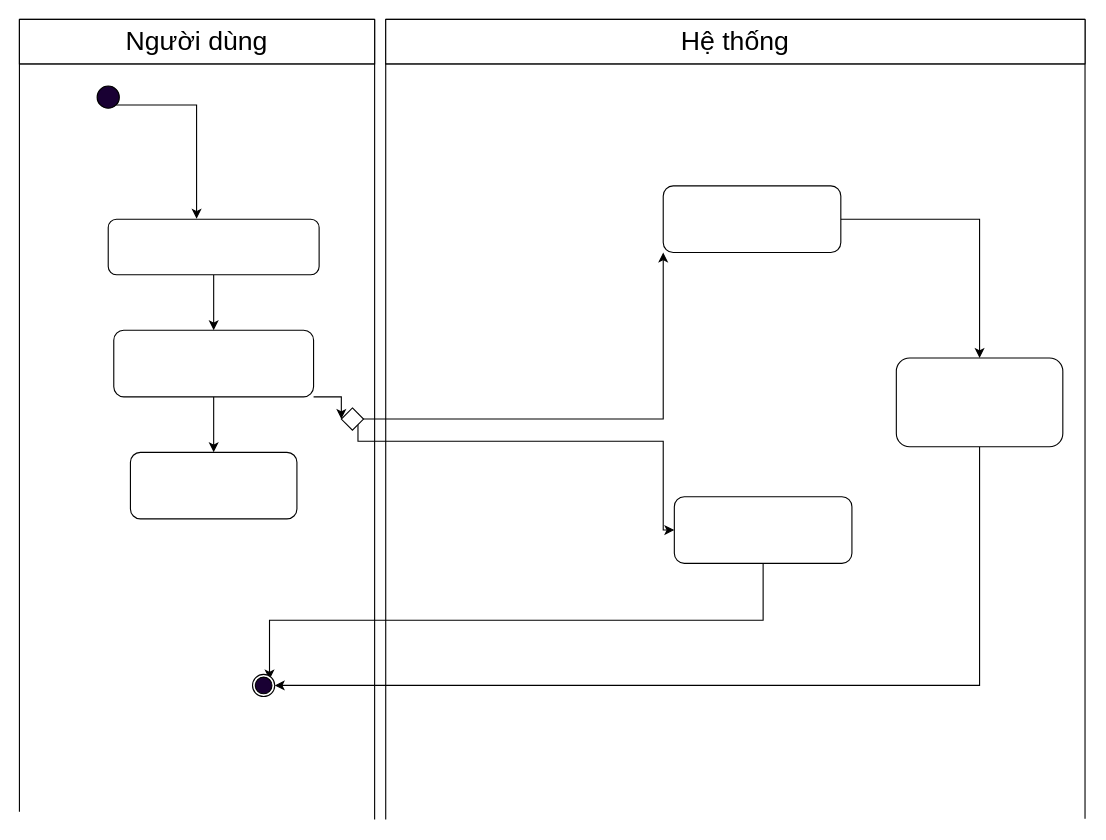
Above: Biểu đồ không có tiêu đề.drawio in tqminhchan/bmi_calculator (draw.io), before the change. Source tidied: cells renumbered, new cells numbered last; positions are measured from the earlier drawing's top-left corner, leaving out a move shared by most shapes. Both pictures are drawn from the tidied source at 111%, with x=0, y=0 at pixel (19, 19).
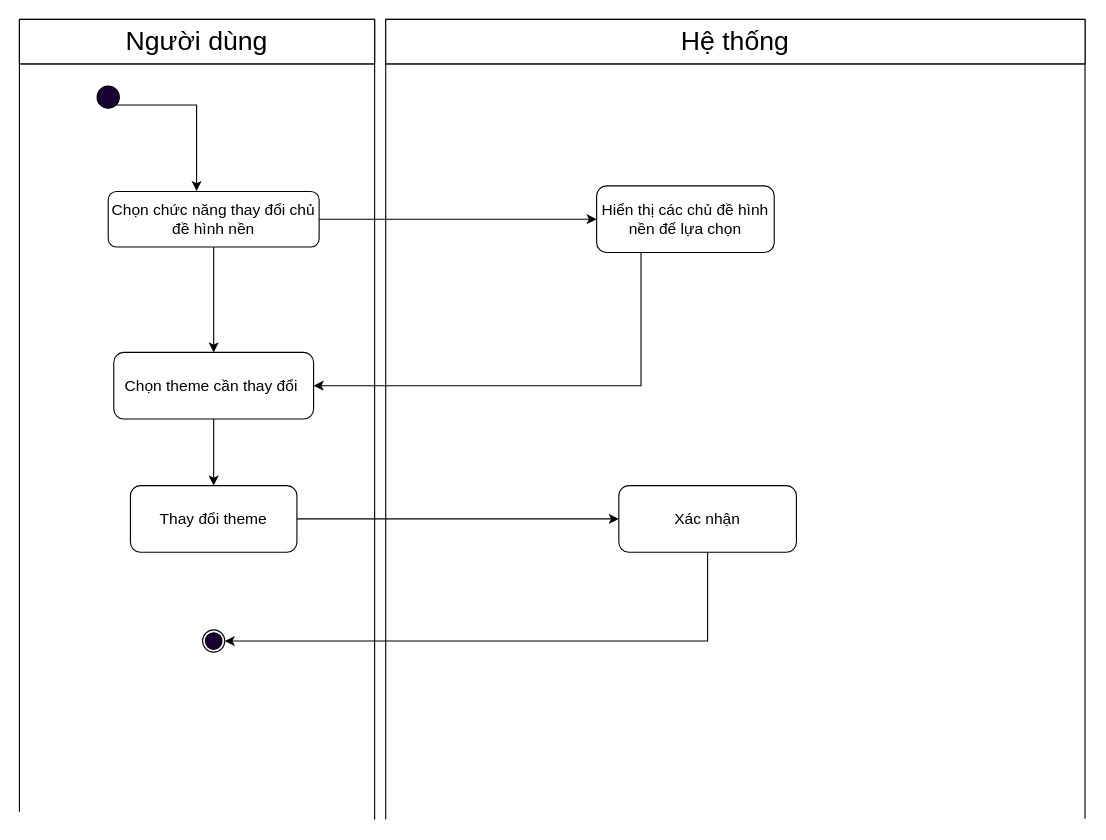
After the change.

Commit message:
Cập nhật Biểu đồ không có tiêu đề.drawio

What changed in the source:
```diff
@@
+    <mxCell id="31" style="edgeStyle=orthogonalEdgeStyle;rounded=0;jettySize=auto;html=1;exitX=1;exitY=0.5;exitDx=0;exitDy=0;" parent="1" edge="1" source="11" target="20">
+      <mxGeometry relative="1" as="geometry" />
+    </mxCell>
-    <mxCell id="11" style="rounded=1;whiteSpace=wrap;html=1;" parent="1" vertex="1">
-      <mxGeometry x="80" y="180" width="190" height="50" as="geometry" />
+    <mxCell id="11" value="&lt;font style=&quot;font-size: 14px;&quot;&gt;Chọn chức năng thay đổi chủ đề hình nền&lt;/font&gt;" style="rounded=1;whiteSpace=wrap;html=1;" parent="1" vertex="1">
+      <mxGeometry x="80" y="155" width="190" height="50" as="geometry" />
     </mxCell>
@@
-    <mxCell id="17" style="edgeStyle=orthogonalEdgeStyle;rounded=0;jettySize=auto;html=1;exitX=1;exitY=1;exitDx=0;exitDy=0;entryX=0;entryY=0.5;entryDx=0;entryDy=0;" parent="1" edge="1" source="18" target="28">
-      <mxGeometry relative="1" as="geometry" />
-    </mxCell>
-    <mxCell id="18" style="rounded=1;whiteSpace=wrap;html=1;" parent="1" vertex="1">
-      <mxGeometry x="85" y="280" width="180" height="60" as="geometry" />
+    <mxCell id="18" value="&lt;font style=&quot;font-size: 14px;&quot;&gt;Chọn theme cần thay đổi&amp;nbsp;&lt;/font&gt;" style="rounded=1;whiteSpace=wrap;html=1;" parent="1" vertex="1">
+      <mxGeometry x="85" y="300" width="180" height="60" as="geometry" />
     </mxCell>
-    <mxCell id="19" style="edgeStyle=orthogonalEdgeStyle;rounded=0;jettySize=auto;html=1;exitX=1;exitY=0.5;exitDx=0;exitDy=0;" parent="1" edge="1" source="20" target="30">
-      <mxGeometry relative="1" as="geometry" />
-    </mxCell>
+    <mxCell id="32" style="edgeStyle=orthogonalEdgeStyle;rounded=0;jettySize=auto;html=1;exitX=0.25;exitY=1;exitDx=0;exitDy=0;entryX=1;entryY=0.5;entryDx=0;entryDy=0;" parent="1" edge="1" source="20" target="18">
+      <mxGeometry relative="1" as="geometry" />
+    </mxCell>
-    <mxCell id="20" style="rounded=1;whiteSpace=wrap;html=1;" parent="1" vertex="1">
-      <mxGeometry x="580" y="150" width="160" height="60" as="geometry" />
+    <mxCell id="20" value="&lt;font style=&quot;font-size: 14px;&quot;&gt;Hiển thị các chủ đề hình nền để lựa chọn&lt;/font&gt;" style="rounded=1;whiteSpace=wrap;html=1;" parent="1" vertex="1">
+      <mxGeometry x="520" y="150" width="160" height="60" as="geometry" />
     </mxCell>
+    <mxCell id="33" style="edgeStyle=orthogonalEdgeStyle;rounded=0;jettySize=auto;html=1;exitX=1;exitY=0.5;exitDx=0;exitDy=0;entryX=0;entryY=0.5;entryDx=0;entryDy=0;" parent="1" edge="1" source="21" target="23">
+      <mxGeometry relative="1" as="geometry" />
+    </mxCell>
-    <mxCell id="21" style="rounded=1;whiteSpace=wrap;html=1;" parent="1" vertex="1">
-      <mxGeometry x="100" y="390" width="150" height="60" as="geometry" />
+    <mxCell id="21" value="&lt;font style=&quot;font-size: 14px;&quot;&gt;Thay đổi theme&lt;/font&gt;" style="rounded=1;whiteSpace=wrap;html=1;" parent="1" vertex="1">
+      <mxGeometry x="100" y="420" width="150" height="60" as="geometry" />
     </mxCell>
-    <mxCell id="22" style="edgeStyle=orthogonalEdgeStyle;rounded=0;jettySize=auto;html=1;exitX=0.5;exitY=1;exitDx=0;exitDy=0;entryX=1;entryY=0;entryDx=0;entryDy=0;" parent="1" edge="1" source="23" target="25">
-      <mxGeometry relative="1" as="geometry" />
-    </mxCell>
+    <mxCell id="34" style="edgeStyle=orthogonalEdgeStyle;rounded=0;jettySize=auto;html=1;exitX=0.5;exitY=1;exitDx=0;exitDy=0;entryX=1;entryY=0.5;entryDx=0;entryDy=0;" parent="1" edge="1" source="23" target="24">
+      <mxGeometry relative="1" as="geometry" />
+    </mxCell>
-    <mxCell id="23" style="rounded=1;whiteSpace=wrap;html=1;" parent="1" vertex="1">
-      <mxGeometry x="590" y="430" width="160" height="60" as="geometry" />
+    <mxCell id="23" value="&lt;font style=&quot;font-size: 14px;&quot;&gt;Xác nhận&lt;/font&gt;" style="rounded=1;whiteSpace=wrap;html=1;" parent="1" vertex="1">
+      <mxGeometry x="540" y="420" width="160" height="60" as="geometry" />
     </mxCell>
     <mxCell id="24" style="ellipse;whiteSpace=wrap;html=1;" parent="1" vertex="1">
-      <mxGeometry x="210" y="590" width="20" height="20" as="geometry" />
+      <mxGeometry x="165" y="550" width="20" height="20" as="geometry" />
     </mxCell>
     <mxCell id="25" style="ellipse;whiteSpace=wrap;html=1;fillColor=#190033;" parent="1" vertex="1">
-      <mxGeometry x="212.5" y="592.5" width="15" height="15" as="geometry" />
+      <mxGeometry x="167.5" y="552.5" width="15" height="15" as="geometry" />
     </mxCell>
-    <mxCell id="26" style="edgeStyle=orthogonalEdgeStyle;rounded=0;jettySize=auto;html=1;exitX=1;exitY=0;exitDx=0;exitDy=0;entryX=0;entryY=1;entryDx=0;entryDy=0;" parent="1" edge="1" source="28" target="20">
-      <mxGeometry relative="1" as="geometry">
-        <Array as="points">
-          <mxPoint x="305" y="360" />
-          <mxPoint x="580" y="360" />
-        </Array>
-      </mxGeometry>
-    </mxCell>
-    <mxCell id="27" style="edgeStyle=orthogonalEdgeStyle;rounded=0;jettySize=auto;html=1;exitX=1;exitY=1;exitDx=0;exitDy=0;entryX=0;entryY=0.5;entryDx=0;entryDy=0;" parent="1" edge="1" source="28" target="23">
-      <mxGeometry relative="1" as="geometry">
-        <Array as="points">
-          <mxPoint x="305" y="380" />
-          <mxPoint x="580" y="380" />
-        </Array>
-      </mxGeometry>
-    </mxCell>
-    <mxCell id="28" style="rhombus;whiteSpace=wrap;html=1;" parent="1" vertex="1">
-      <mxGeometry x="290" y="350" width="20" height="20" as="geometry" />
-    </mxCell>
-    <mxCell id="29" style="edgeStyle=orthogonalEdgeStyle;rounded=0;jettySize=auto;html=1;exitX=0.5;exitY=1;exitDx=0;exitDy=0;entryX=1;entryY=0.5;entryDx=0;entryDy=0;" parent="1" edge="1" source="30" target="24">
-      <mxGeometry relative="1" as="geometry" />
-    </mxCell>
-    <mxCell id="30" style="rounded=1;whiteSpace=wrap;html=1;" parent="1" vertex="1">
-      <mxGeometry x="790" y="305" width="150" height="80" as="geometry" />
-    </mxCell>
```
